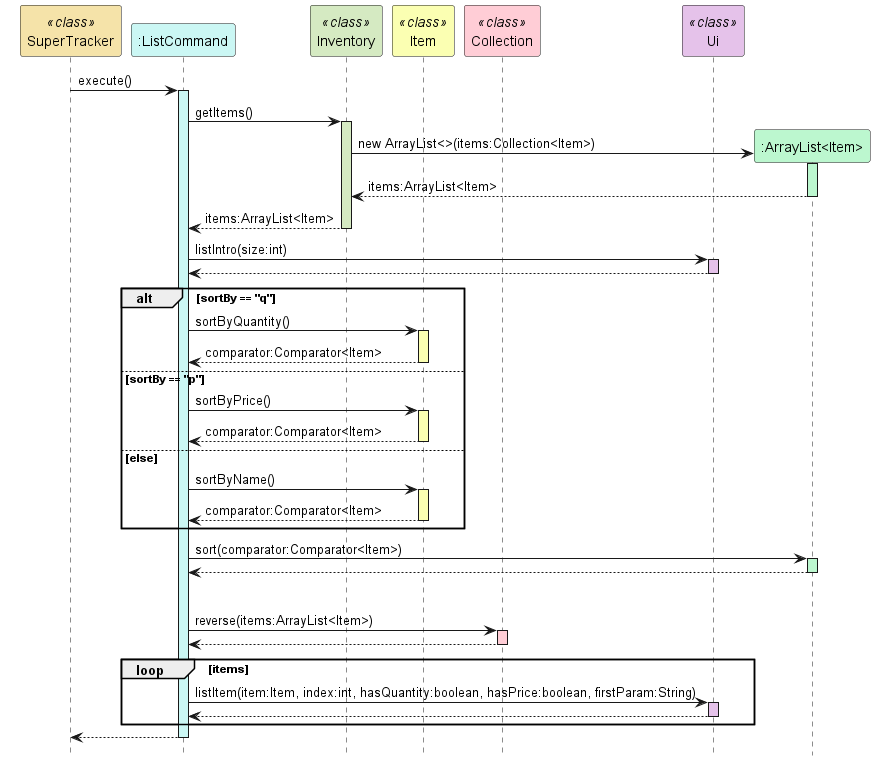
rismm/tp keeps this PlantUML diagram as docs/uml-diagrams/ListCommandSequence.png. Above is the earlier version. Source of this version:
```plantuml
@startuml
hide footbox
participant "SuperTracker" as SuperTracker <<class>> #f5e3a9
participant ":ListCommand" as ListCommand #cbf7f4
participant "Inventory" as Inventory <<class>> #d5eac2
participant "Item" as Item <<class>> #fbffb2
participant "Collection" as Collection <<class>> #ffcdd6
participant "Ui" as Ui <<class>> #e5c2ea
participant ":ArrayList<Item>" as ArrayList #bcf7cf

SuperTracker -> ListCommand : execute()
activate ListCommand #cbf7f4

ListCommand -> Inventory : getItems()
activate Inventory #d5eac2

Inventory -> ArrayList ** : new ArrayList<>(items:Collection<Item>)
activate ArrayList #bcf7cf
ArrayList --> Inventory : items:ArrayList<Item>
deactivate ArrayList

Inventory --> ListCommand : items:ArrayList<Item>
deactivate Inventory

ListCommand -> Ui : listIntro(size:int)
activate Ui #e5c2ea
Ui --> ListCommand
deactivate Ui

alt sortBy == "q"

ListCommand -> Item : sortByQuantity()
activate Item #fbffb2
Item --> ListCommand : comparator:Comparator<Item>
deactivate Item

else sortBy == "p"

ListCommand -> Item : sortByPrice()
activate Item #fbffb2
Item --> ListCommand : comparator:Comparator<Item>
deactivate Item

else else

ListCommand -> Item : sortByName()
activate Item #fbffb2
Item --> ListCommand : comparator:Comparator<Item>
deactivate Item

end

ListCommand -> ArrayList : sort(comparator:Comparator<Item>)
activate ArrayList #bcf7cf
ArrayList --> ListCommand
deactivate ArrayList

opt reverse

ListCommand -> Collection : reverse(items:ArrayList<Item>)
activate Collection #ffcdd6
Collection --> ListCommand
deactivate Collection

loop items

ListCommand -> Ui : listItem(item:Item, index:int, hasQuantity:boolean, hasPrice:boolean, firstParam:String)
activate Ui #e5c2ea
Ui --> ListCommand
deactivate Ui

end

ListCommand --> SuperTracker
deactivate ListCommand
@enduml
```
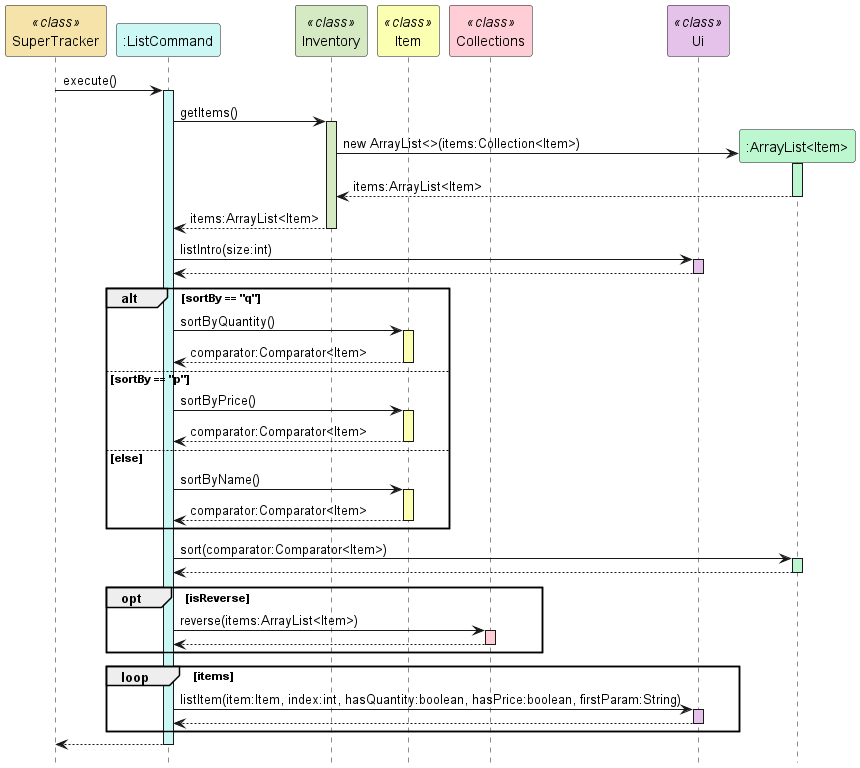
The same file after the commit.

Commit message:
Update developer guide for list command

Diff of the diagram source:
```diff
@@ -4,7 +4,7 @@
 participant ":ListCommand" as ListCommand #cbf7f4
 participant "Inventory" as Inventory <<class>> #d5eac2
 participant "Item" as Item <<class>> #fbffb2
-participant "Collection" as Collection <<class>> #ffcdd6
+participant "Collections" as Collections <<class>> #ffcdd6
 participant "Ui" as Ui <<class>> #e5c2ea
 participant ":ArrayList<Item>" as ArrayList #bcf7cf
 
@@ -55,12 +55,14 @@
 ArrayList --> ListCommand
 deactivate ArrayList
 
-opt reverse
+opt isReverse
 
-ListCommand -> Collection : reverse(items:ArrayList<Item>)
-activate Collection #ffcdd6
-Collection --> ListCommand
-deactivate Collection
+ListCommand -> Collections : reverse(items:ArrayList<Item>)
+activate Collections #ffcdd6
+Collections --> ListCommand
+deactivate Collections
+
+end
 
 loop items
 
```
